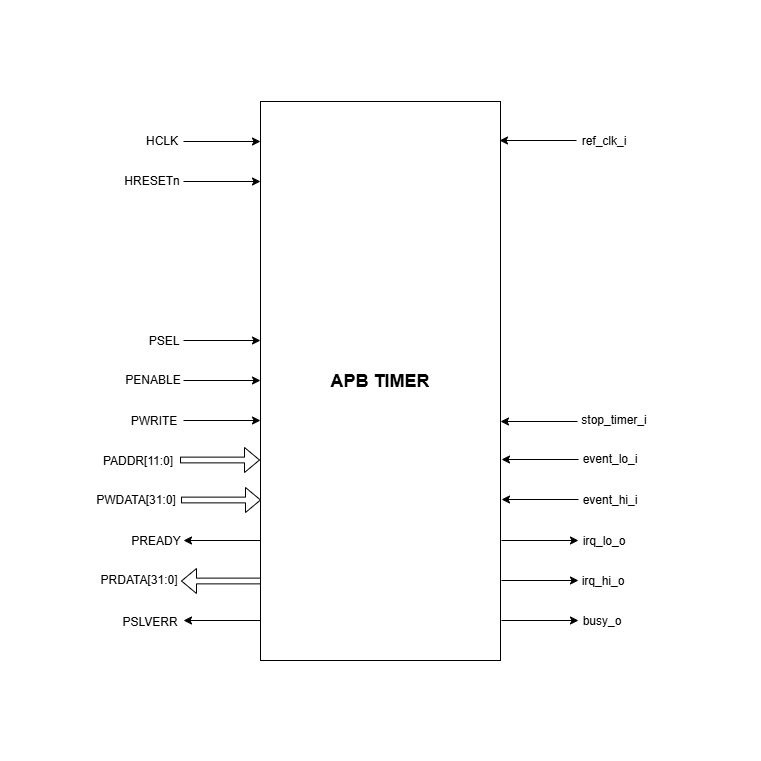
Earlier version of the draw.io export docs/doc-src/ip-blocks/apb_timer_pin_diagram.png (cst-rameez/core-v-mcu). Source tidied: cells renumbered, new cells last; positions are measured from the earlier drawing's top-left corner, leaving out a move shared by most shapes. Its diagram source:
```xml
<mxGraphModel>
  <root>
    <mxCell id="0" />
    <mxCell id="1" parent="0" />
    <mxCell id="2" value="&lt;font style=&quot;font-size: 18px;&quot;&gt;&lt;b&gt;APB TIMER&lt;/b&gt;&lt;/font&gt;" style="rounded=0;whiteSpace=wrap;html=1;" parent="1" vertex="1">
      <mxGeometry x="260" y="101" width="240" height="559" as="geometry" />
    </mxCell>
    <mxCell id="3" style="endArrow=classic;html=1;rounded=0;" parent="1" edge="1">
      <mxGeometry relative="1" as="geometry">
        <mxPoint x="183" y="141" as="sourcePoint" />
        <mxPoint x="260" y="141" as="targetPoint" />
      </mxGeometry>
    </mxCell>
    <mxCell id="4" style="endArrow=classic;html=1;rounded=0;" parent="1" edge="1">
      <mxGeometry relative="1" as="geometry">
        <mxPoint x="183" y="181" as="sourcePoint" />
        <mxPoint x="260" y="181" as="targetPoint" />
      </mxGeometry>
    </mxCell>
    <mxCell id="5" style="endArrow=classic;html=1;rounded=0;" parent="1" edge="1">
      <mxGeometry relative="1" as="geometry">
        <mxPoint x="183" y="340" as="sourcePoint" />
        <mxPoint x="260" y="340" as="targetPoint" />
      </mxGeometry>
    </mxCell>
    <mxCell id="6" style="endArrow=classic;html=1;rounded=0;" parent="1" edge="1">
      <mxGeometry relative="1" as="geometry">
        <mxPoint x="183" y="380" as="sourcePoint" />
        <mxPoint x="260" y="380" as="targetPoint" />
      </mxGeometry>
    </mxCell>
    <mxCell id="7" style="endArrow=classic;html=1;rounded=0;" parent="1" edge="1">
      <mxGeometry relative="1" as="geometry">
        <mxPoint x="183" y="420" as="sourcePoint" />
        <mxPoint x="260" y="420" as="targetPoint" />
      </mxGeometry>
    </mxCell>
    <mxCell id="8" style="html=1;shadow=0;dashed=0;align=center;verticalAlign=middle;shape=mxgraph.arrows2.arrow;dy=0.77;dx=15;notch=0;" parent="1" vertex="1">
      <mxGeometry x="180" y="447" width="79" height="25" as="geometry" />
    </mxCell>
    <mxCell id="9" style="html=1;shadow=0;dashed=0;align=center;verticalAlign=middle;shape=mxgraph.arrows2.arrow;dy=0.77;dx=15;notch=0;" parent="1" vertex="1">
      <mxGeometry x="181" y="487" width="79" height="25" as="geometry" />
    </mxCell>
    <mxCell id="10" style="endArrow=classic;html=1;rounded=0;" parent="1" edge="1">
      <mxGeometry relative="1" as="geometry">
        <mxPoint x="260" y="540" as="sourcePoint" />
        <mxPoint x="183" y="540" as="targetPoint" />
      </mxGeometry>
    </mxCell>
    <mxCell id="11" style="html=1;shadow=0;dashed=0;align=center;verticalAlign=middle;shape=mxgraph.arrows2.arrow;dy=0.77;dx=15;notch=0;direction=west;" parent="1" vertex="1">
      <mxGeometry x="181" y="568" width="79" height="25" as="geometry" />
    </mxCell>
    <mxCell id="12" style="endArrow=classic;html=1;rounded=0;" parent="1" edge="1">
      <mxGeometry relative="1" as="geometry">
        <mxPoint x="260" y="620" as="sourcePoint" />
        <mxPoint x="183" y="620" as="targetPoint" />
      </mxGeometry>
    </mxCell>
    <mxCell id="13" style="endArrow=classic;html=1;rounded=0;" parent="1" edge="1">
      <mxGeometry relative="1" as="geometry">
        <mxPoint x="576" y="140" as="sourcePoint" />
        <mxPoint x="499" y="140" as="targetPoint" />
      </mxGeometry>
    </mxCell>
    <mxCell id="14" value="HCLK" style="text;strokeColor=none;align=center;fillColor=none;html=1;verticalAlign=middle;whiteSpace=wrap;rounded=0;" parent="1" vertex="1">
      <mxGeometry x="132" y="126" width="60" height="30" as="geometry" />
    </mxCell>
    <mxCell id="15" value="HRESETn" style="text;strokeColor=none;align=center;fillColor=none;html=1;verticalAlign=middle;whiteSpace=wrap;rounded=0;" parent="1" vertex="1">
      <mxGeometry x="122" y="166" width="60" height="30" as="geometry" />
    </mxCell>
    <mxCell id="16" value="PSEL" style="text;strokeColor=none;align=center;fillColor=none;html=1;verticalAlign=middle;whiteSpace=wrap;rounded=0;" parent="1" vertex="1">
      <mxGeometry x="134" y="326" width="60" height="30" as="geometry" />
    </mxCell>
    <mxCell id="17" value="PENABLE" style="text;strokeColor=none;align=center;fillColor=none;html=1;verticalAlign=middle;whiteSpace=wrap;rounded=0;" parent="1" vertex="1">
      <mxGeometry x="123" y="365" width="60" height="30" as="geometry" />
    </mxCell>
    <mxCell id="18" value="PWRITE" style="text;strokeColor=none;align=center;fillColor=none;html=1;verticalAlign=middle;whiteSpace=wrap;rounded=0;" parent="1" vertex="1">
      <mxGeometry x="124" y="406" width="60" height="30" as="geometry" />
    </mxCell>
    <mxCell id="19" value="PADDR[11:0]" style="text;strokeColor=none;align=center;fillColor=none;html=1;verticalAlign=middle;whiteSpace=wrap;rounded=0;" parent="1" vertex="1">
      <mxGeometry x="100" y="446" width="76" height="30" as="geometry" />
    </mxCell>
    <mxCell id="20" value="PWDATA[3&lt;span style=&quot;background-color: transparent; color: light-dark(rgb(0, 0, 0), rgb(255, 255, 255));&quot;&gt;1:0]&lt;/span&gt;" style="text;strokeColor=none;align=center;fillColor=none;html=1;verticalAlign=middle;whiteSpace=wrap;rounded=0;" parent="1" vertex="1">
      <mxGeometry x="98" y="485" width="76" height="30" as="geometry" />
    </mxCell>
    <mxCell id="21" value="PREADY" style="text;strokeColor=none;align=center;fillColor=none;html=1;verticalAlign=middle;whiteSpace=wrap;rounded=0;" parent="1" vertex="1">
      <mxGeometry x="126" y="526" width="60" height="30" as="geometry" />
    </mxCell>
    <mxCell id="22" value="PRDATA[3&lt;span style=&quot;background-color: transparent; color: light-dark(rgb(0, 0, 0), rgb(255, 255, 255));&quot;&gt;1:0]&lt;/span&gt;" style="text;strokeColor=none;align=center;fillColor=none;html=1;verticalAlign=middle;whiteSpace=wrap;rounded=0;" parent="1" vertex="1">
      <mxGeometry x="101" y="565" width="76" height="30" as="geometry" />
    </mxCell>
    <mxCell id="23" value="PSLVERR" style="text;strokeColor=none;align=center;fillColor=none;html=1;verticalAlign=middle;whiteSpace=wrap;rounded=0;" parent="1" vertex="1">
      <mxGeometry x="120" y="607" width="60" height="30" as="geometry" />
    </mxCell>
    <mxCell id="24" value="event_lo_i" style="text;strokeColor=none;align=center;fillColor=none;html=1;verticalAlign=middle;whiteSpace=wrap;rounded=0;" parent="1" vertex="1">
      <mxGeometry x="572" y="444" width="76" height="30" as="geometry" />
    </mxCell>
    <mxCell id="25" value="irq_lo_o" style="text;strokeColor=none;align=center;fillColor=none;html=1;verticalAlign=middle;whiteSpace=wrap;rounded=0;" parent="1" vertex="1">
      <mxGeometry x="566" y="526" width="76" height="30" as="geometry" />
    </mxCell>
    <mxCell id="26" value="busy_o" style="text;strokeColor=none;align=center;fillColor=none;html=1;verticalAlign=middle;whiteSpace=wrap;rounded=0;" parent="1" vertex="1">
      <mxGeometry x="564" y="606" width="76" height="30" as="geometry" />
    </mxCell>
    <mxCell id="27" value="ref_clk_i" style="text;strokeColor=none;align=center;fillColor=none;html=1;verticalAlign=middle;whiteSpace=wrap;rounded=0;" parent="1" vertex="1">
      <mxGeometry x="566" y="126" width="76" height="30" as="geometry" />
    </mxCell>
    <mxCell id="28" value="stop_timer_i" style="text;strokeColor=none;align=center;fillColor=none;html=1;verticalAlign=middle;whiteSpace=wrap;rounded=0;" parent="1" vertex="1">
      <mxGeometry x="576" y="405" width="76" height="30" as="geometry" />
    </mxCell>
    <mxCell id="29" style="rounded=0;whiteSpace=wrap;html=1;strokeColor=#FFFFFF;" parent="1" vertex="1">
      <mxGeometry x="290" y="700" width="120" height="60" as="geometry" />
    </mxCell>
    <mxCell id="30" style="rounded=0;whiteSpace=wrap;html=1;strokeColor=#FFFFFF;" parent="1" vertex="1">
      <mxGeometry x="270" width="120" height="60" as="geometry" />
    </mxCell>
    <mxCell id="31" style="rounded=0;whiteSpace=wrap;html=1;strokeColor=#FFFFFF;direction=south;" parent="1" vertex="1">
      <mxGeometry y="327" width="60" height="120" as="geometry" />
    </mxCell>
    <mxCell id="32" style="rounded=0;whiteSpace=wrap;html=1;strokeColor=#FFFFFF;direction=south;" parent="1" vertex="1">
      <mxGeometry x="700" y="313" width="60" height="120" as="geometry" />
    </mxCell>
    <mxCell id="33" style="endArrow=classic;html=1;rounded=0;" parent="1" edge="1">
      <mxGeometry relative="1" as="geometry">
        <mxPoint x="577" y="421" as="sourcePoint" />
        <mxPoint x="500" y="421" as="targetPoint" />
      </mxGeometry>
    </mxCell>
    <mxCell id="34" style="endArrow=classic;html=1;rounded=0;" parent="1" edge="1">
      <mxGeometry relative="1" as="geometry">
        <mxPoint x="578" y="459" as="sourcePoint" />
        <mxPoint x="501" y="459" as="targetPoint" />
      </mxGeometry>
    </mxCell>
    <mxCell id="35" style="endArrow=classic;html=1;rounded=0;" parent="1" edge="1">
      <mxGeometry relative="1" as="geometry">
        <mxPoint x="578" y="499" as="sourcePoint" />
        <mxPoint x="501" y="499" as="targetPoint" />
      </mxGeometry>
    </mxCell>
    <mxCell id="36" value="event_hi_i" style="text;strokeColor=none;align=center;fillColor=none;html=1;verticalAlign=middle;whiteSpace=wrap;rounded=0;" parent="1" vertex="1">
      <mxGeometry x="572" y="485" width="76" height="30" as="geometry" />
    </mxCell>
    <mxCell id="37" style="endArrow=classic;html=1;rounded=0;" parent="1" edge="1">
      <mxGeometry relative="1" as="geometry">
        <mxPoint x="501" y="540" as="sourcePoint" />
        <mxPoint x="578" y="540" as="targetPoint" />
      </mxGeometry>
    </mxCell>
    <mxCell id="38" style="endArrow=classic;html=1;rounded=0;" parent="1" edge="1">
      <mxGeometry relative="1" as="geometry">
        <mxPoint x="501" y="580" as="sourcePoint" />
        <mxPoint x="578" y="580" as="targetPoint" />
      </mxGeometry>
    </mxCell>
    <mxCell id="39" style="endArrow=classic;html=1;rounded=0;" parent="1" edge="1">
      <mxGeometry relative="1" as="geometry">
        <mxPoint x="501" y="620" as="sourcePoint" />
        <mxPoint x="578" y="620" as="targetPoint" />
      </mxGeometry>
    </mxCell>
    <mxCell id="40" value="irq_hi_o" style="text;strokeColor=none;align=center;fillColor=none;html=1;verticalAlign=middle;whiteSpace=wrap;rounded=0;" parent="1" vertex="1">
      <mxGeometry x="565" y="566" width="76" height="30" as="geometry" />
    </mxCell>
  </root>
</mxGraphModel>
```
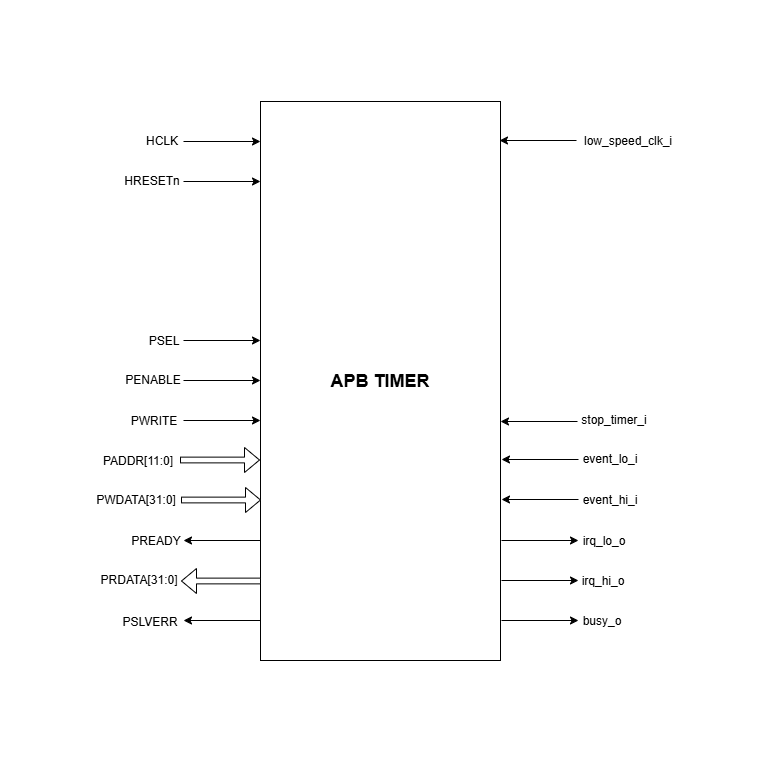
The same diagram one commit later.

Change to the diagram source:
```diff
@@ -101,8 +101,8 @@
     <mxCell id="26" value="busy_o" style="text;strokeColor=none;align=center;fillColor=none;html=1;verticalAlign=middle;whiteSpace=wrap;rounded=0;" parent="1" vertex="1">
       <mxGeometry x="564" y="606" width="76" height="30" as="geometry" />
     </mxCell>
-    <mxCell id="27" value="ref_clk_i" style="text;strokeColor=none;align=center;fillColor=none;html=1;verticalAlign=middle;whiteSpace=wrap;rounded=0;" parent="1" vertex="1">
-      <mxGeometry x="566" y="126" width="76" height="30" as="geometry" />
+    <mxCell id="27" value="low_speed_clk_i" style="text;strokeColor=none;align=center;fillColor=none;html=1;verticalAlign=middle;whiteSpace=wrap;rounded=0;" parent="1" vertex="1">
+      <mxGeometry x="590" y="126" width="76" height="30" as="geometry" />
     </mxCell>
     <mxCell id="28" value="stop_timer_i" style="text;strokeColor=none;align=center;fillColor=none;html=1;verticalAlign=middle;whiteSpace=wrap;rounded=0;" parent="1" vertex="1">
       <mxGeometry x="576" y="405" width="76" height="30" as="geometry" />
```
